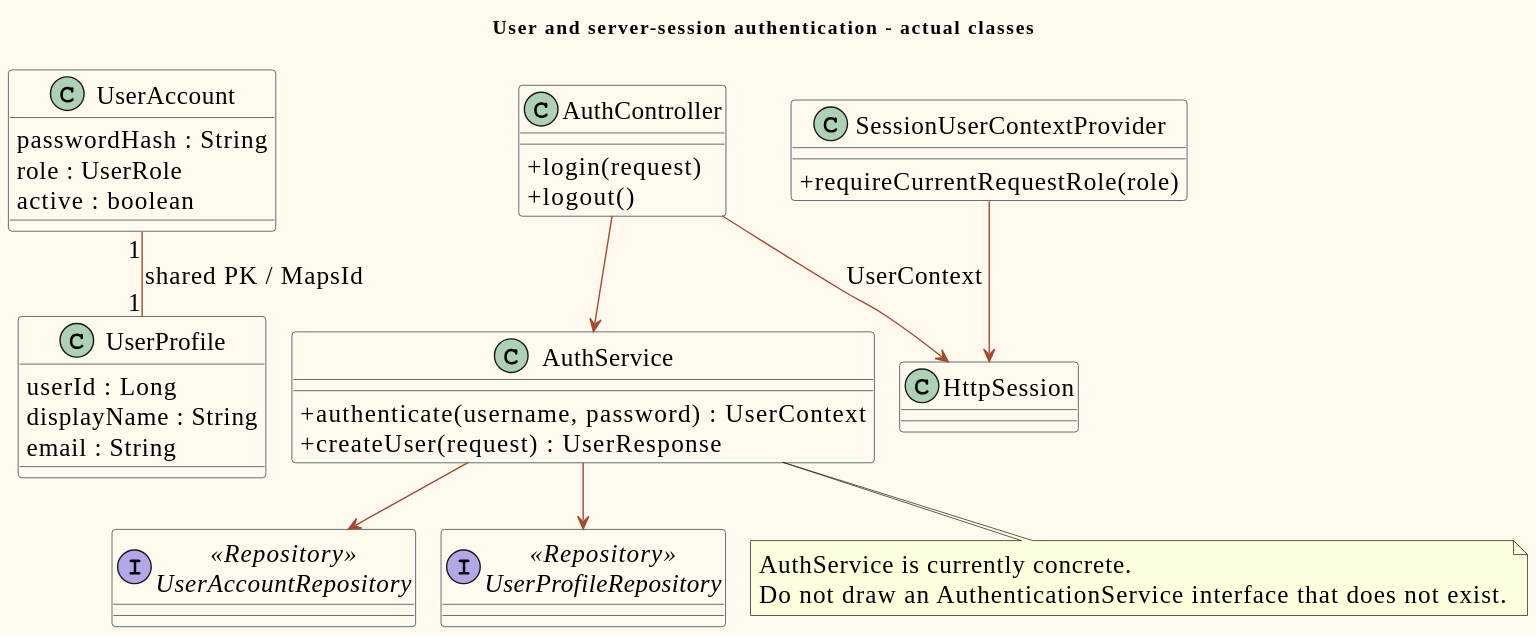
PavaritPramual/buffet-restaurant-management-system keeps this PlantUML diagram as doc/diagrams/previews/class-auth.svg. Above is the earlier version. Its diagram source:
```plantuml
@startuml
!pragma layout smetana
skinparam shadowing false
skinparam backgroundColor #FFF9EE
skinparam defaultFontName Tahoma
skinparam defaultFontSize 18
skinparam classAttributeIconSize 0
skinparam ArrowColor #A54A2E
skinparam classBackgroundColor #FFF9EE
skinparam classBorderColor #173A45
skinparam actorBorderColor #173A45
skinparam usecaseBackgroundColor #F2E6D4
skinparam usecaseBorderColor #A54A2E
title User and server-session authentication - actual classes
class UserAccount {
passwordHash : String
role : UserRole
active : boolean
}
class UserProfile {
userId : Long
displayName : String
email : String
}
class AuthService {
+authenticate(username, password) : UserContext
+createUser(request) : UserResponse
}
interface UserAccountRepository <<Repository>>
interface UserProfileRepository <<Repository>>
class AuthController {
+login(request)
+logout()
}
class SessionUserContextProvider {
+requireCurrentRequestRole(role)
}
class HttpSession
UserAccount "1" -- "1" UserProfile : shared PK / MapsId
AuthController --> AuthService
AuthService --> UserAccountRepository
AuthService --> UserProfileRepository
AuthController --> HttpSession : UserContext
SessionUserContextProvider --> HttpSession
note bottom of AuthService
AuthService is currently concrete.
Do not draw an AuthenticationService interface that does not exist.
end note
@enduml
```
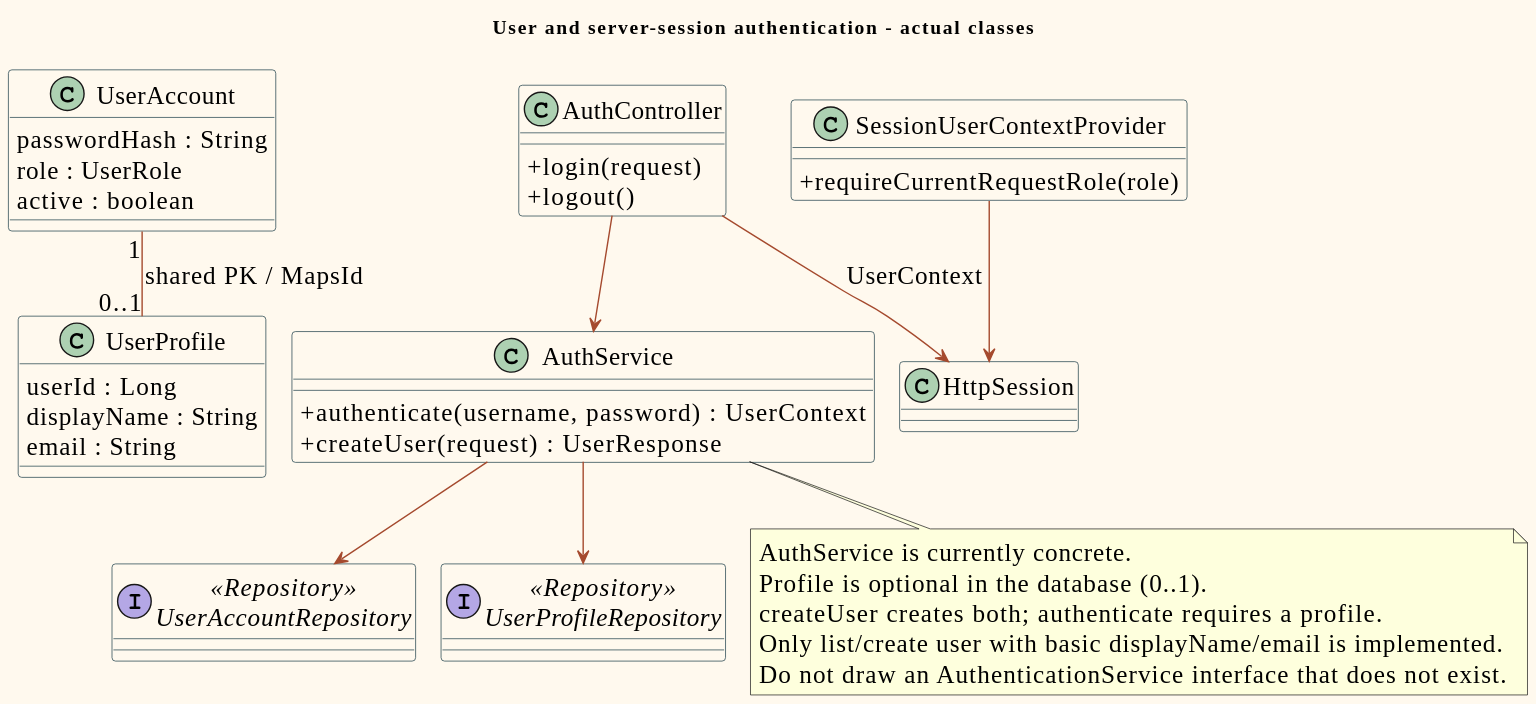
Later version of the same file.

Diff of the diagram source:
```diff
@@ -36,7 +36,7 @@
 +requireCurrentRequestRole(role)
 }
 class HttpSession
-UserAccount "1" -- "1" UserProfile : shared PK / MapsId
+UserAccount "1" -- "0..1" UserProfile : shared PK / MapsId
 AuthController --> AuthService
 AuthService --> UserAccountRepository
 AuthService --> UserProfileRepository
@@ -44,6 +44,9 @@
 SessionUserContextProvider --> HttpSession
 note bottom of AuthService
 AuthService is currently concrete.
+Profile is optional in the database (0..1).
+createUser creates both; authenticate requires a profile.
+Only list/create user with basic displayName/email is implemented.
 Do not draw an AuthenticationService interface that does not exist.
 end note
 @enduml
```
